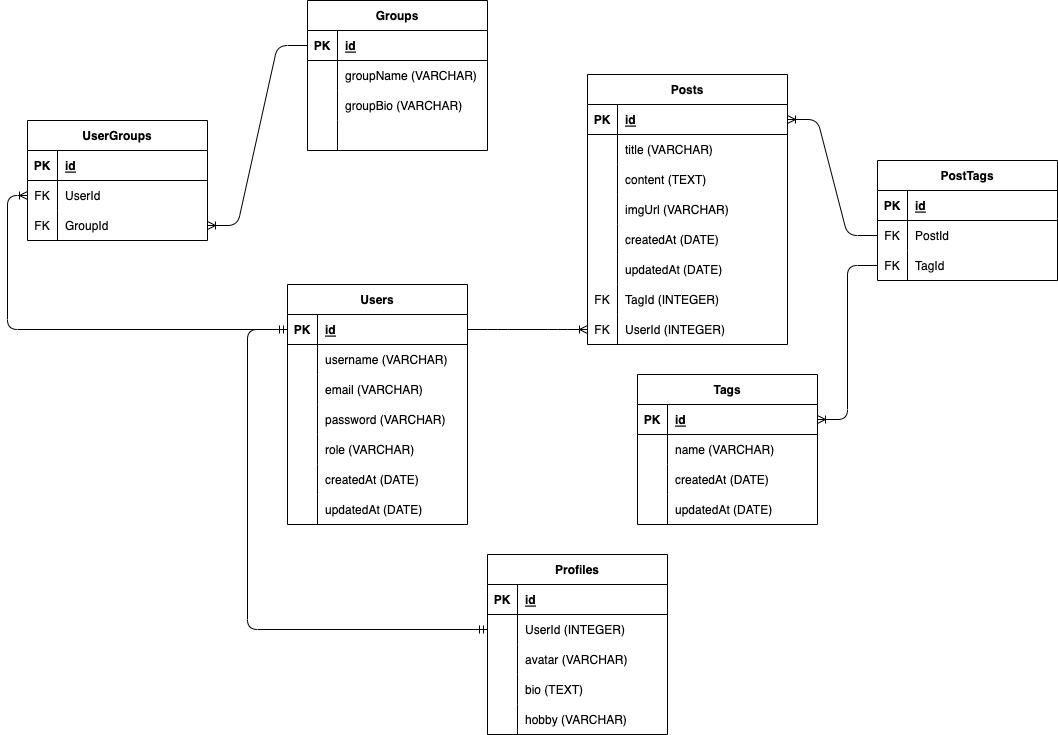
Earlier version of the draw.io export schema.drawio.png (CuriosityExp/pair-project). Source tidied: cells renumbered, new cells last; positions are measured from the earlier drawing's top-left corner, leaving out a move shared by most shapes.
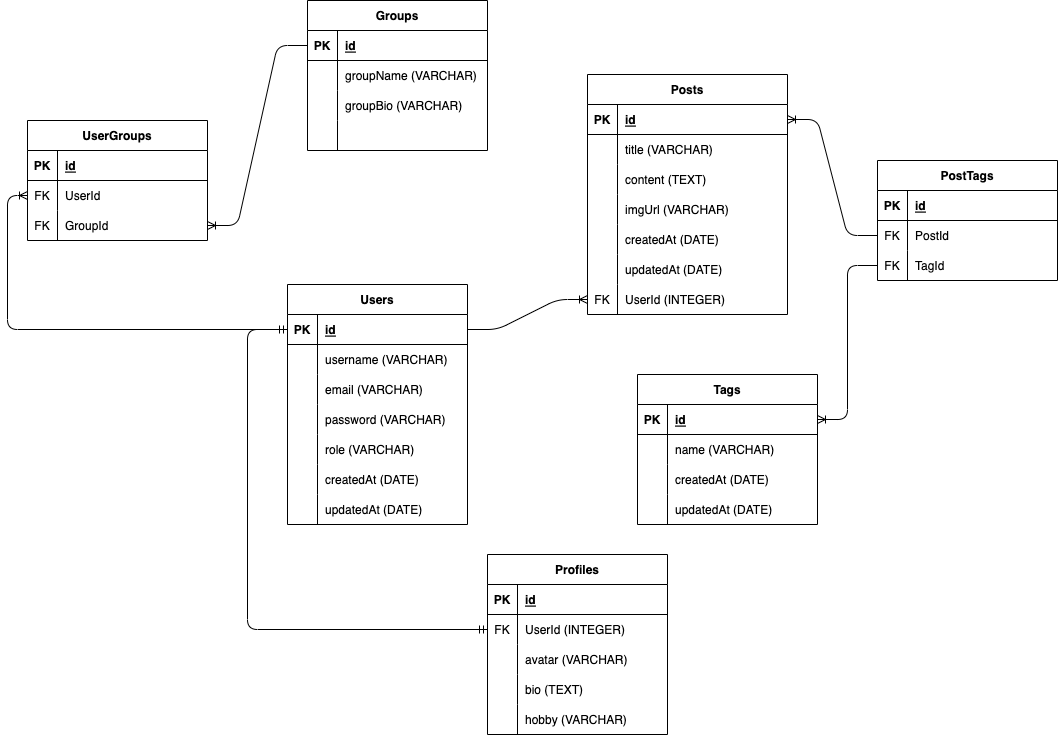
Above is the later version.

The edit, as a diff of the source:
```diff
@@ -69,7 +69,7 @@
       <mxGeometry x="30" width="150" height="30" as="geometry" />
     </mxCell>
     <mxCell id="24" value="Posts" style="shape=table;startSize=30;rowLines=0;fontStyle=1;align=center;" parent="1" vertex="1">
-      <mxGeometry x="580" y="74" width="200" height="270" as="geometry" />
+      <mxGeometry x="580" y="74" width="200" height="240" as="geometry" />
     </mxCell>
     <mxCell id="25" style="shape=tableRow;horizontal=0;startSize=0;swimlaneHead=0;swimlaneBody=0;fillColor=none;points=[[0,0.5],[1,0.5]];portConstraint=eastwest;top=0;left=0;right=0;bottom=1;" parent="24" vertex="1">
       <mxGeometry y="30" width="200" height="30" as="geometry" />
@@ -125,17 +125,8 @@
     <mxCell id="42" value="updatedAt (DATE)" style="shape=partialRectangle;fillColor=none;top=0;left=0;bottom=0;right=0;align=left;spacingLeft=6;overflow=hidden;" parent="40" vertex="1">
       <mxGeometry x="30" width="170" height="30" as="geometry" />
     </mxCell>
-    <mxCell id="43" style="shape=tableRow;horizontal=0;startSize=0;swimlaneHead=0;swimlaneBody=0;fillColor=none;top=0;left=0;right=0;bottom=0;" parent="24" vertex="1">
-      <mxGeometry y="210" width="200" height="30" as="geometry" />
-    </mxCell>
-    <mxCell id="44" value="FK" style="shape=partialRectangle;fillColor=none;top=0;left=0;bottom=0;right=0;overflow=hidden;" parent="43" vertex="1">
-      <mxGeometry width="30" height="30" as="geometry" />
-    </mxCell>
-    <mxCell id="45" value="TagId (INTEGER)" style="shape=partialRectangle;fillColor=none;top=0;left=0;bottom=0;right=0;align=left;spacingLeft=6;overflow=hidden;" parent="43" vertex="1">
-      <mxGeometry x="30" width="170" height="30" as="geometry" />
-    </mxCell>
     <mxCell id="46" style="shape=tableRow;horizontal=0;startSize=0;swimlaneHead=0;swimlaneBody=0;fillColor=none;points=[[0,0.5],[1,0.5]];portConstraint=eastwest;top=0;left=0;right=0;bottom=0;" parent="24" vertex="1">
-      <mxGeometry y="240" width="200" height="30" as="geometry" />
+      <mxGeometry y="210" width="200" height="30" as="geometry" />
     </mxCell>
     <mxCell id="47" value="FK" style="shape=partialRectangle;fillColor=none;top=0;left=0;bottom=0;right=0;overflow=hidden;" parent="46" vertex="1">
       <mxGeometry width="30" height="30" as="geometry" />
@@ -200,7 +191,7 @@
     <mxCell id="67" style="shape=tableRow;horizontal=0;startSize=0;swimlaneHead=0;swimlaneBody=0;fillColor=none;points=[[0,0.5],[1,0.5]];portConstraint=eastwest;top=0;left=0;right=0;bottom=0;" parent="63" vertex="1">
       <mxGeometry y="60" width="180" height="30" as="geometry" />
     </mxCell>
-    <mxCell id="68" style="shape=partialRectangle;fillColor=none;top=0;left=0;bottom=0;right=0;overflow=hidden;" parent="67" vertex="1">
+    <mxCell id="68" value="FK" style="shape=partialRectangle;fillColor=none;top=0;left=0;bottom=0;right=0;overflow=hidden;" parent="67" vertex="1">
       <mxGeometry width="30" height="30" as="geometry" />
     </mxCell>
     <mxCell id="69" value="UserId (INTEGER)" style="shape=partialRectangle;fillColor=none;top=0;left=0;bottom=0;right=0;align=left;spacingLeft=6;overflow=hidden;" parent="67" vertex="1">
```
